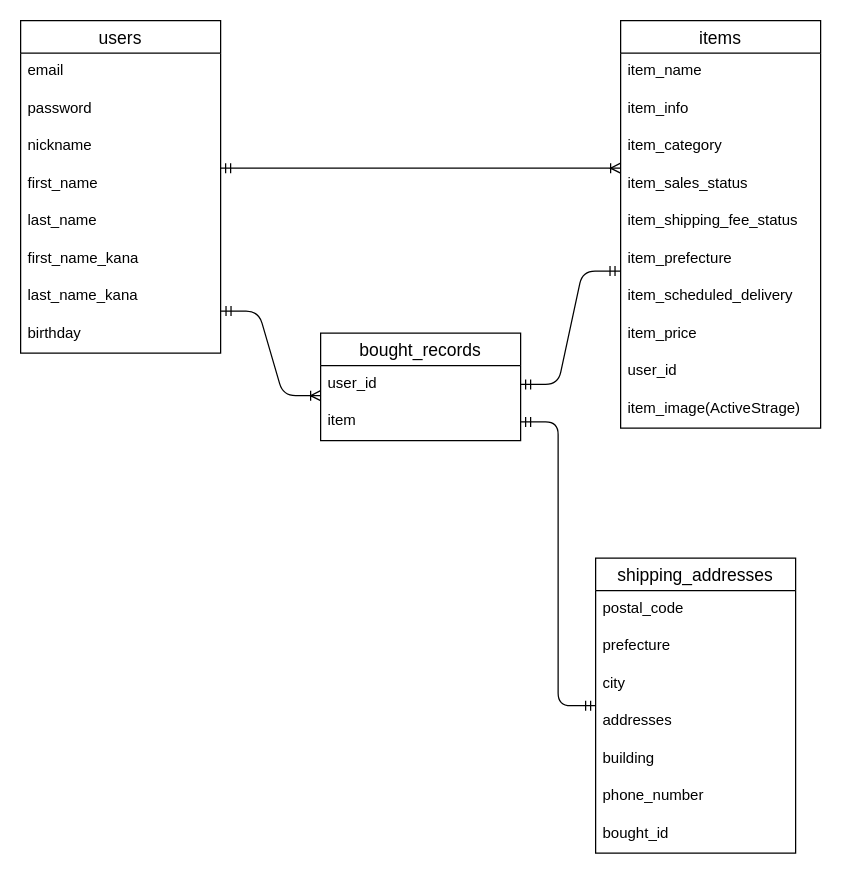
Earlier version of the draw.io diagram furimaER.dio (hanyuta/furima-39661). Source tidied: cells renumbered, new cells numbered last; positions are measured from the earlier drawing's top-left corner, leaving out a move shared by most shapes. Both pictures are drawn from the tidied source at 125%, with x=0, y=0 at pixel (20, 20).
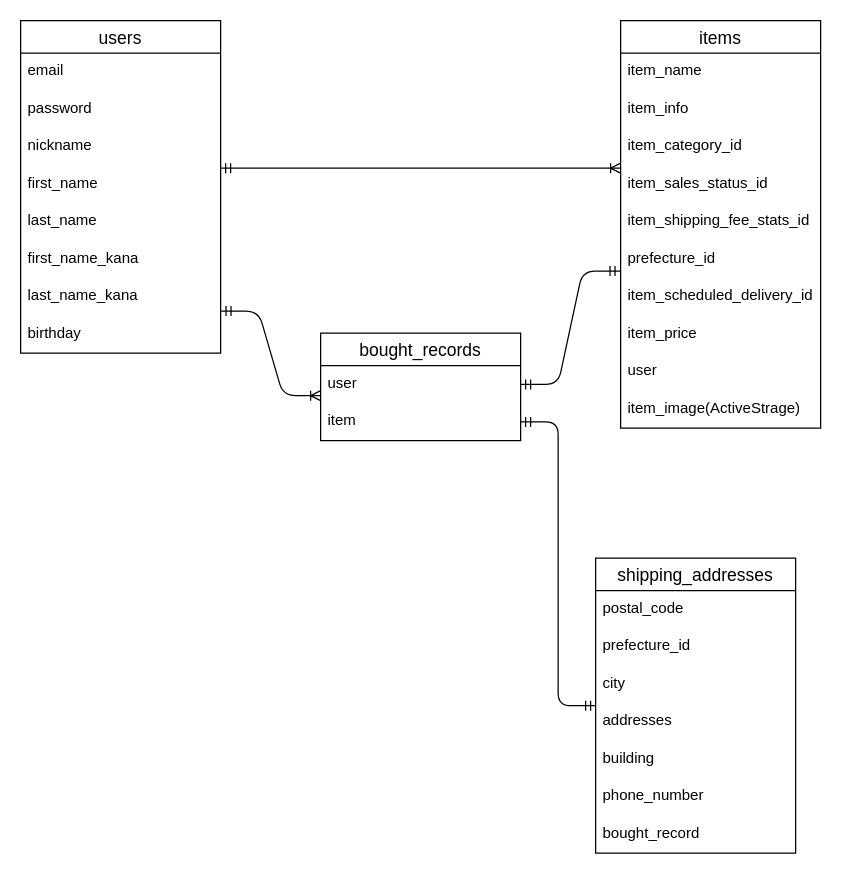
After the change.

Unchanged cells that the change refers to:
```xml
<mxCell id="11" value="items" style="swimlane;fontStyle=0;horizontal=1;startSize=26;align=center;fontSize=14;" parent="1" vertex="1">
  <mxGeometry x="480" width="160" height="326" as="geometry" />
</mxCell>
<mxCell id="22" value="shipping_addresses" style="swimlane;fontStyle=0;horizontal=1;startSize=26;align=center;fontSize=14;" parent="1" vertex="1">
  <mxGeometry x="460" y="430" width="160" height="236" as="geometry" />
</mxCell>
<mxCell id="30" value="bought_records" style="swimlane;fontStyle=0;horizontal=1;startSize=26;align=center;fontSize=14;" parent="1" vertex="1">
  <mxGeometry x="240" y="250" width="160" height="86" as="geometry" />
</mxCell>
```

What changed in the source:
```diff
@@
-    <mxCell id="14" value="item_category" style="text;strokeColor=none;fillColor=none;spacingLeft=4;spacingRight=4;overflow=hidden;fontSize=12;" parent="11" vertex="1">
+    <mxCell id="14" value="item_category_id" style="text;strokeColor=none;fillColor=none;spacingLeft=4;spacingRight=4;overflow=hidden;fontSize=12;" parent="11" vertex="1">
       <mxGeometry y="86" width="160" height="30" as="geometry" />
     </mxCell>
-    <mxCell id="15" value="item_sales_status" style="text;strokeColor=none;fillColor=none;spacingLeft=4;spacingRight=4;overflow=hidden;fontSize=12;" parent="11" vertex="1">
+    <mxCell id="15" value="item_sales_status_id" style="text;strokeColor=none;fillColor=none;spacingLeft=4;spacingRight=4;overflow=hidden;fontSize=12;" parent="11" vertex="1">
       <mxGeometry y="116" width="160" height="30" as="geometry" />
     </mxCell>
-    <mxCell id="16" value="item_shipping_fee_status" style="text;strokeColor=none;fillColor=none;spacingLeft=4;spacingRight=4;overflow=hidden;fontSize=12;" parent="11" vertex="1">
+    <mxCell id="16" value="item_shipping_fee_stats_id" style="text;strokeColor=none;fillColor=none;spacingLeft=4;spacingRight=4;overflow=hidden;fontSize=12;" parent="11" vertex="1">
       <mxGeometry y="146" width="160" height="30" as="geometry" />
     </mxCell>
-    <mxCell id="17" value="item_prefecture" style="text;strokeColor=none;fillColor=none;spacingLeft=4;spacingRight=4;overflow=hidden;points=[[0,0.5],[1,0.5]];portConstraint=eastwest;fontSize=12;" parent="11" vertex="1">
+    <mxCell id="17" value="prefecture_id" style="text;strokeColor=none;fillColor=none;spacingLeft=4;spacingRight=4;overflow=hidden;points=[[0,0.5],[1,0.5]];portConstraint=eastwest;fontSize=12;" parent="11" vertex="1">
       <mxGeometry y="176" width="160" height="30" as="geometry" />
     </mxCell>
-    <mxCell id="18" value="item_scheduled_delivery" style="text;strokeColor=none;fillColor=none;spacingLeft=4;spacingRight=4;overflow=hidden;fontSize=12;" parent="11" vertex="1">
+    <mxCell id="18" value="item_scheduled_delivery_id" style="text;strokeColor=none;fillColor=none;spacingLeft=4;spacingRight=4;overflow=hidden;fontSize=12;" parent="11" vertex="1">
       <mxGeometry y="206" width="160" height="30" as="geometry" />
     </mxCell>
@@
-    <mxCell id="20" value="user_id" style="text;strokeColor=none;fillColor=none;spacingLeft=4;spacingRight=4;overflow=hidden;fontSize=12;strokeWidth=6;" parent="11" vertex="1">
+    <mxCell id="20" value="user" style="text;strokeColor=none;fillColor=none;spacingLeft=4;spacingRight=4;overflow=hidden;fontSize=12;strokeWidth=6;" parent="11" vertex="1">
       <mxGeometry y="266" width="160" height="30" as="geometry" />
     </mxCell>
@@
-    <mxCell id="24" value="prefecture" style="text;strokeColor=none;fillColor=none;spacingLeft=4;spacingRight=4;overflow=hidden;fontSize=12;" parent="22" vertex="1">
+    <mxCell id="24" value="prefecture_id" style="text;strokeColor=none;fillColor=none;spacingLeft=4;spacingRight=4;overflow=hidden;fontSize=12;" parent="22" vertex="1">
       <mxGeometry y="56" width="160" height="30" as="geometry" />
     </mxCell>
@@
-    <mxCell id="29" value="bought_id" style="text;strokeColor=none;fillColor=none;spacingLeft=4;spacingRight=4;overflow=hidden;fontSize=12;strokeWidth=6;" parent="22" vertex="1">
+    <mxCell id="29" value="bought_record" style="text;strokeColor=none;fillColor=none;spacingLeft=4;spacingRight=4;overflow=hidden;fontSize=12;strokeWidth=6;" parent="22" vertex="1">
       <mxGeometry y="206" width="160" height="30" as="geometry" />
     </mxCell>
@@
-    <mxCell id="31" value="user_id" style="text;strokeColor=none;fillColor=none;spacingLeft=4;spacingRight=4;overflow=hidden;points=[[0,0.5],[1,0.5]];portConstraint=eastwest;fontSize=12;" parent="30" vertex="1">
+    <mxCell id="31" value="user" style="text;strokeColor=none;fillColor=none;spacingLeft=4;spacingRight=4;overflow=hidden;points=[[0,0.5],[1,0.5]];portConstraint=eastwest;fontSize=12;" parent="30" vertex="1">
       <mxGeometry y="26" width="160" height="30" as="geometry" />
     </mxCell>
```
